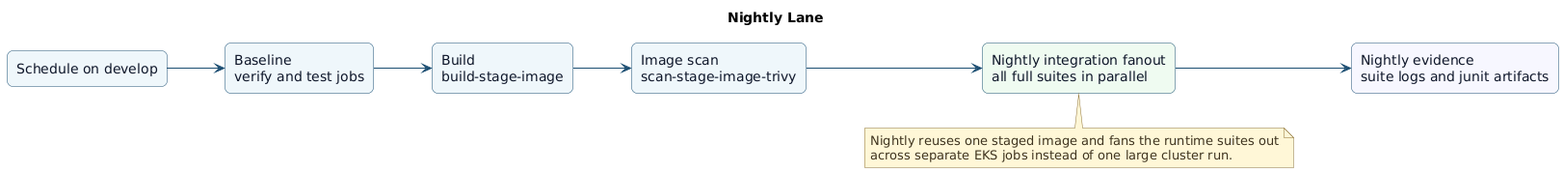
Above: gitlab-ci/diagrams/nightly-lane-target.png in splunk/splunk-operator (PlantUML), before the change.
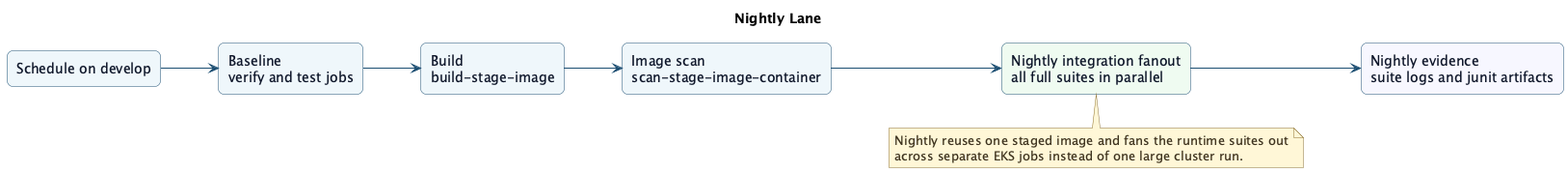
After the change.

The edit, as a diff of the source:
```diff
@@ -20,7 +20,7 @@
 rectangle "Schedule on develop" as trigger
 rectangle "Baseline\nverify and test jobs" as baseline
 rectangle "Build\nbuild-stage-image" as build
-rectangle "Image scan\nscan-stage-image-trivy" as scan
+rectangle "Image scan\nscan-stage-image-container" as scan
 rectangle "Nightly integration fanout\nall full suites in parallel" as nightly #eefbf1
 rectangle "Nightly evidence\nsuite logs and junit artifacts" as evidence #f7f7ff
 
```
